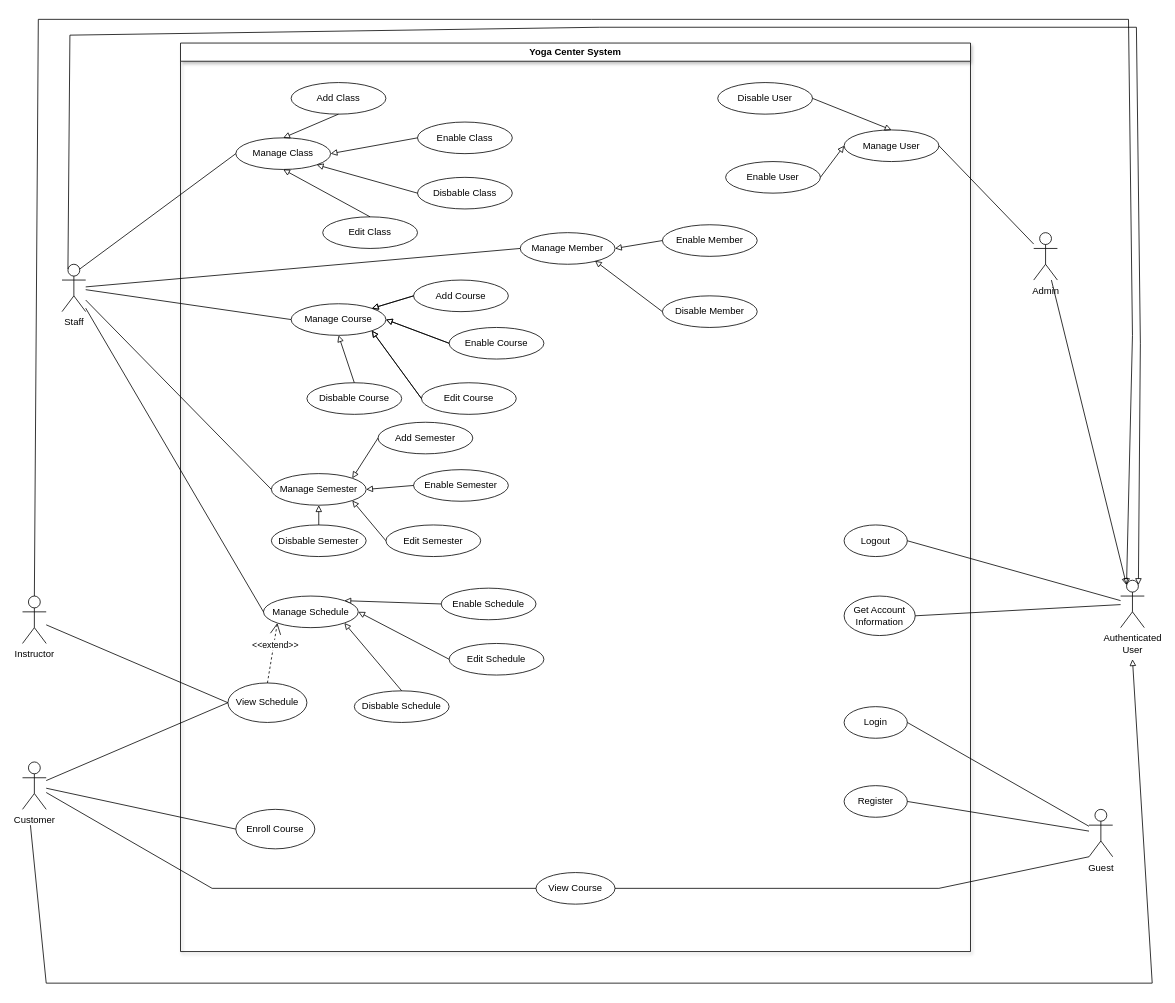
Above: page "SWR1" (4 of 4) of Untitled Diagram.drawio in minhng-178/web-starter-projects (draw.io), before the change. Source tidied: cells renumbered, new cells numbered last; positions are measured from the earlier drawing's top-left corner, leaving out a move shared by most shapes. Both pictures are drawn from the tidied source at 79%, with x=0, y=0 at pixel (22, 19).
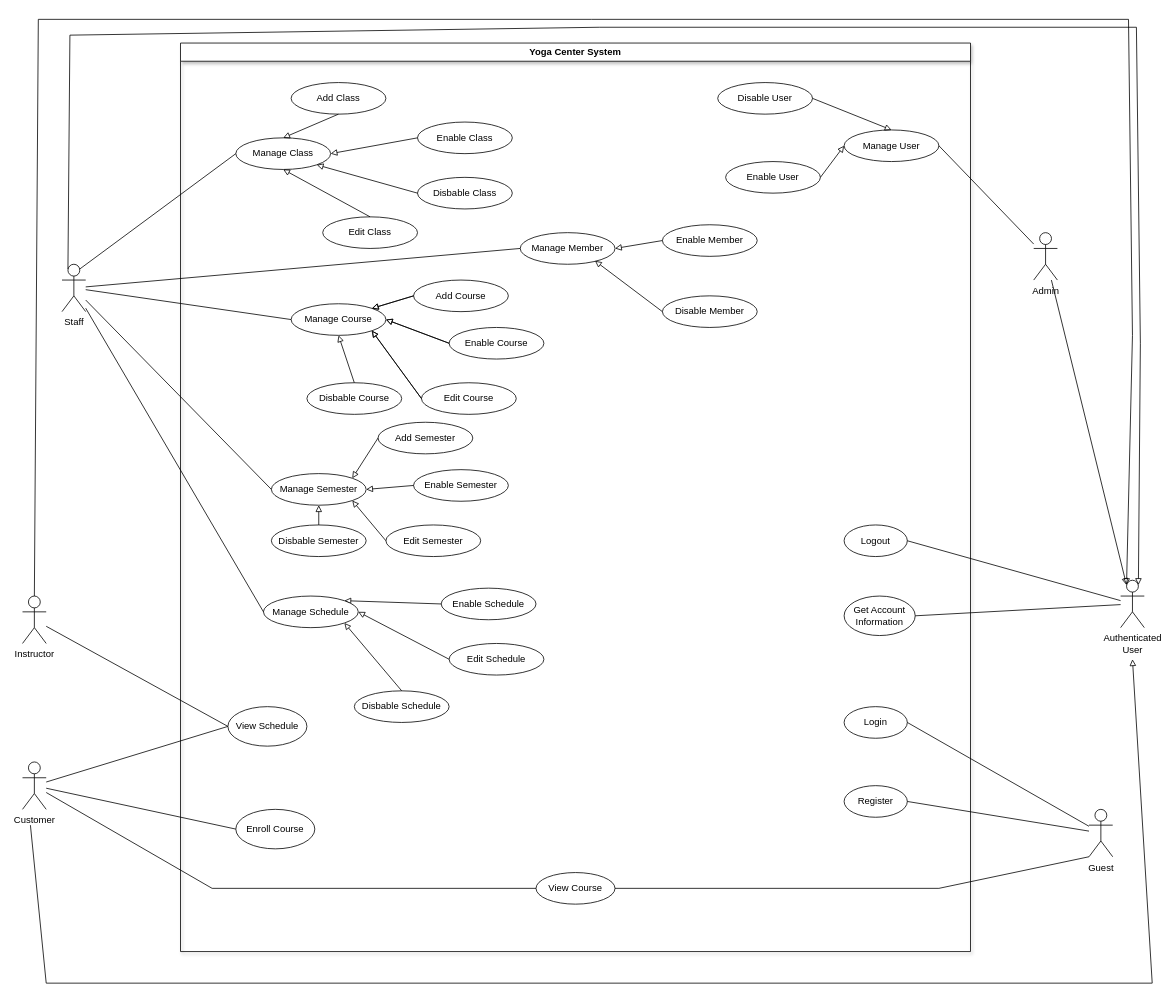
The same diagram, later.

The change refers to these unchanged cells:
```xml
<mxCell id="2" value="Yoga Center System" style="swimlane;whiteSpace=wrap;html=1;shadow=1;fontStyle=1;" parent="1" vertex="1">
  <mxGeometry x="200" y="30" width="1000" height="1150" as="geometry" />
</mxCell>
<mxCell id="40" value="Manage Schedule" style="ellipse;whiteSpace=wrap;html=1;" parent="2" vertex="1">
  <mxGeometry x="105" y="700" width="120" height="40" as="geometry" />
</mxCell>
```

What changed in the source:
```diff
@@
     <mxCell id="12" value="View Schedule" style="ellipse;whiteSpace=wrap;html=1;" parent="2" vertex="1">
-      <mxGeometry x="60" y="810" width="100" height="50" as="geometry" />
+      <mxGeometry x="60" y="840" width="100" height="50" as="geometry" />
     </mxCell>
@@
-    <mxCell id="46" style="endArrow=open;dashed=1;endFill=0;endSize=12;html=1;rounded=0;exitX=0.5;exitY=0;exitDx=0;exitDy=0;entryX=0;entryY=1;entryDx=0;entryDy=0;" parent="2" edge="1" source="12" target="40">
-      <mxGeometry relative="1" as="geometry" />
-    </mxCell>
-    <mxCell id="47" value="&amp;lt;&amp;lt;extend&amp;gt;&amp;gt;" style="edgeLabel;html=1;align=center;verticalAlign=middle;" parent="46" vertex="1">
-      <mxGeometry x="0.28" y="-2" relative="1" as="geometry" />
-    </mxCell>
```
